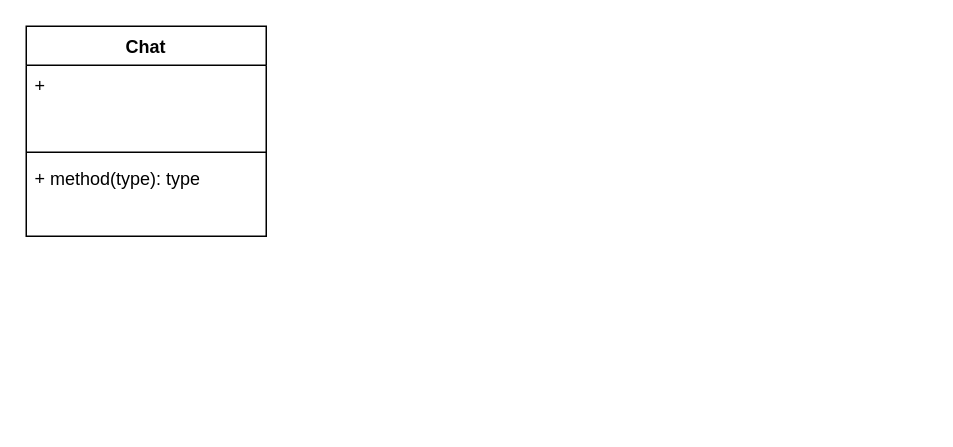
Above: Untitled Diagram.drawio in mishanika/chat-app (draw.io), before the change. Source tidied: cells renumbered, new cells numbered last; positions are measured from the earlier drawing's top-left corner, leaving out a move shared by most shapes. Both pictures are drawn from the tidied source at 150%, with x=0, y=0 at pixel (26, 26).
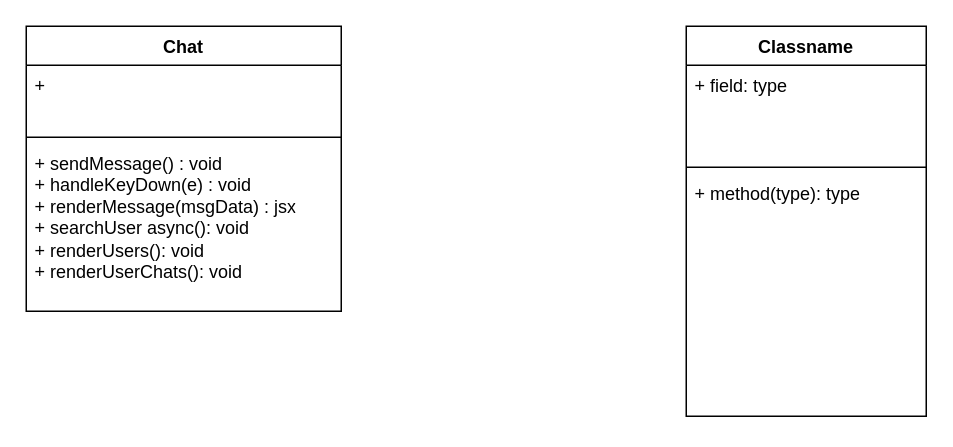
After the change.

Diff of the diagram source:
```diff
@@
 <mxGraphModel>
   <root>
     <mxCell id="0" />
     <mxCell id="1" parent="0" />
     <mxCell id="2" value="Chat" style="swimlane;fontStyle=1;align=center;verticalAlign=top;horizontal=1;startSize=26;whiteSpace=wrap;html=1;" parent="1" vertex="1">
-      <mxGeometry width="160" height="140" as="geometry" />
+      <mxGeometry width="210" height="190" as="geometry" />
     </mxCell>
     <mxCell id="3" value="+&amp;nbsp;" style="text;strokeColor=none;fillColor=none;align=left;verticalAlign=top;spacingLeft=4;spacingRight=4;overflow=hidden;whiteSpace=wrap;html=1;" parent="2" vertex="1">
-      <mxGeometry y="26" width="160" height="54" as="geometry" />
+      <mxGeometry y="26" width="210" height="44" as="geometry" />
     </mxCell>
     <mxCell id="4" style="line;strokeWidth=1;fillColor=none;align=left;verticalAlign=middle;spacingTop=-1;spacingLeft=3;spacingRight=3;labelPosition=right;strokeColor=inherit;" parent="2" vertex="1">
-      <mxGeometry y="80" width="160" height="8" as="geometry" />
+      <mxGeometry y="70" width="210" height="8" as="geometry" />
     </mxCell>
-    <mxCell id="5" value="+ method(type): type" style="text;strokeColor=none;fillColor=none;align=left;verticalAlign=top;spacingLeft=4;spacingRight=4;overflow=hidden;whiteSpace=wrap;html=1;" parent="2" vertex="1">
-      <mxGeometry y="88" width="160" height="52" as="geometry" />
+    <mxCell id="5" value="+&amp;nbsp;sendMessage() : void&lt;br&gt;+&amp;nbsp;handleKeyDown(e) : void&lt;br&gt;+&amp;nbsp;renderMessage(msgData) : jsx&lt;br&gt;+&amp;nbsp;searchUser async(): void&lt;br&gt;+&amp;nbsp;renderUsers(): void&lt;br&gt;+ renderUserChats(): void" style="text;strokeColor=none;fillColor=none;align=left;verticalAlign=top;spacingLeft=4;spacingRight=4;overflow=hidden;whiteSpace=wrap;html=1;" parent="2" vertex="1">
+      <mxGeometry y="78" width="210" height="112" as="geometry" />
     </mxCell>
+    <mxCell id="6" value="Classname" style="swimlane;fontStyle=1;align=center;verticalAlign=top;horizontal=1;startSize=26;whiteSpace=wrap;html=1;" parent="1" vertex="1">
+      <mxGeometry x="440" width="160" height="260" as="geometry" />
+    </mxCell>
+    <mxCell id="7" value="+ field: type" style="text;strokeColor=none;fillColor=none;align=left;verticalAlign=top;spacingLeft=4;spacingRight=4;overflow=hidden;whiteSpace=wrap;html=1;" parent="6" vertex="1">
+      <mxGeometry y="26" width="160" height="64" as="geometry" />
+    </mxCell>
+    <mxCell id="8" style="line;strokeWidth=1;fillColor=none;align=left;verticalAlign=middle;spacingTop=-1;spacingLeft=3;spacingRight=3;labelPosition=right;strokeColor=inherit;" parent="6" vertex="1">
+      <mxGeometry y="90" width="160" height="8" as="geometry" />
+    </mxCell>
+    <mxCell id="9" value="+ method(type): type" style="text;strokeColor=none;fillColor=none;align=left;verticalAlign=top;spacingLeft=4;spacingRight=4;overflow=hidden;whiteSpace=wrap;html=1;" parent="6" vertex="1">
+      <mxGeometry y="98" width="160" height="162" as="geometry" />
+    </mxCell>
   </root>
 </mxGraphModel>
```
